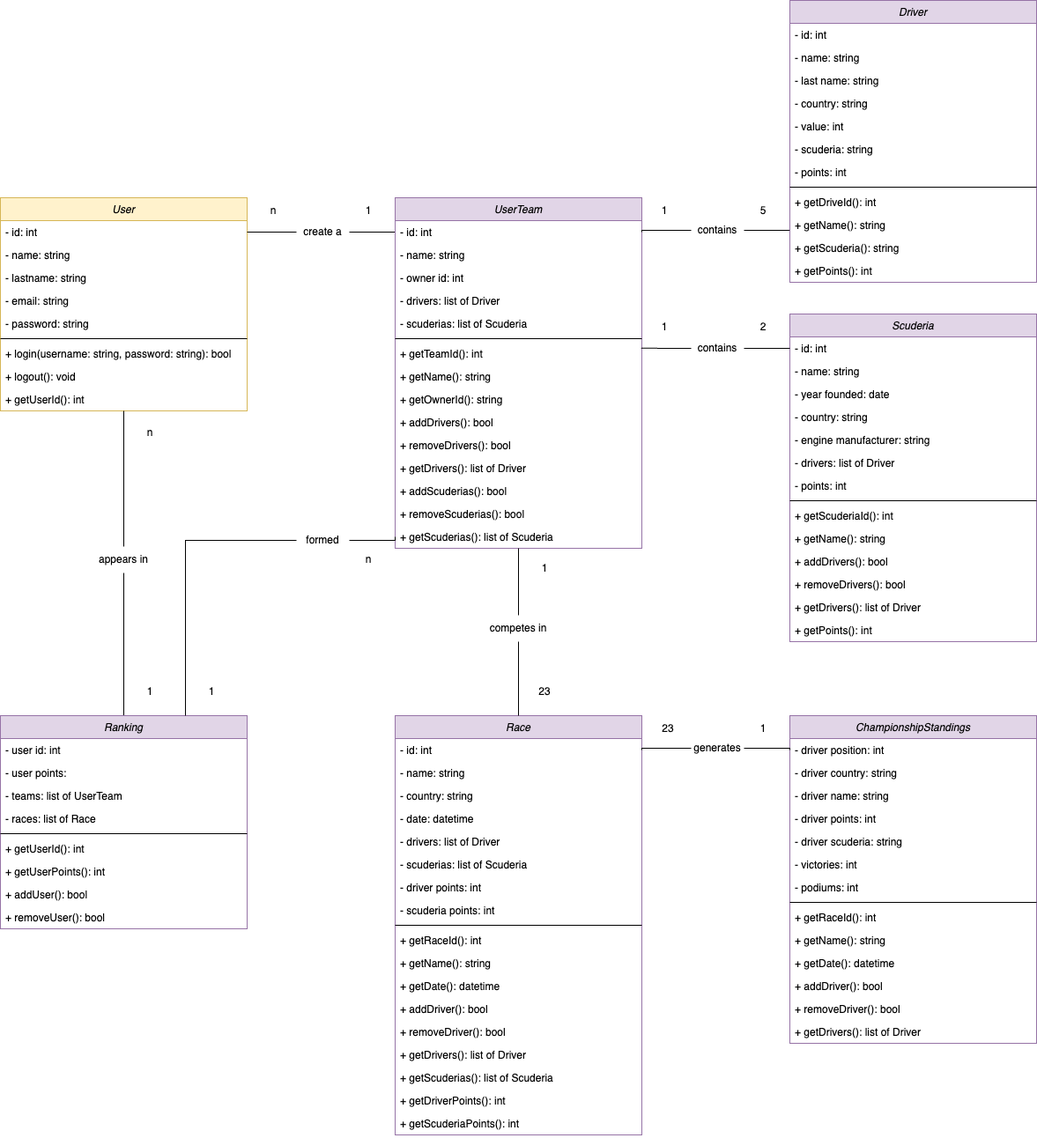
This is doc/diagramas/img/Diagrama_Clases_FFantasy.drawio.png from adrianhrb/proyecto_ETS, a draw.io export, as it was before one commit. Source tidied: cells renumbered, new cells last; positions are measured from the earlier drawing's top-left corner, leaving out a move shared by most shapes.
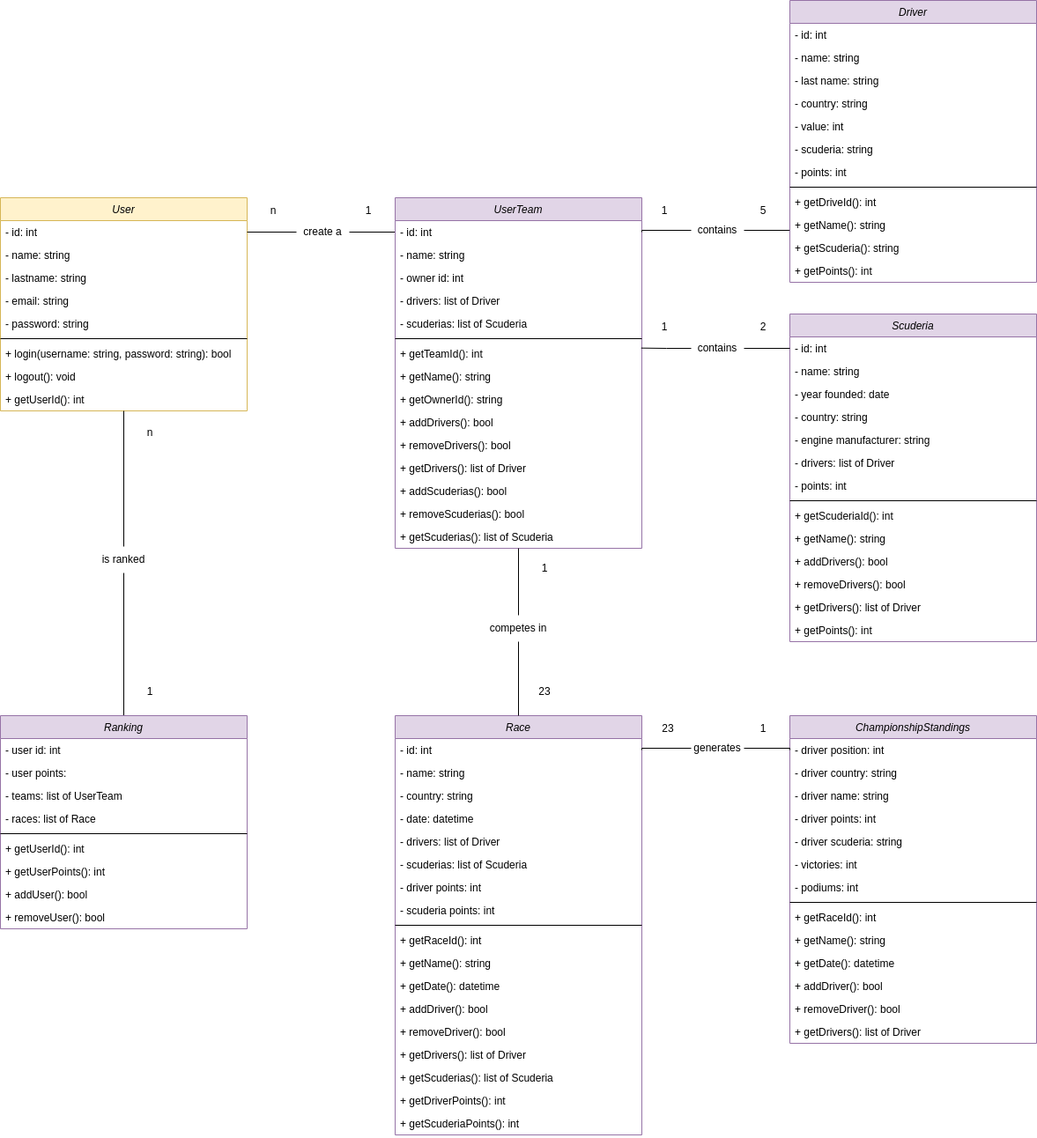
Above is the later version.

The edit, as a diff of the source:
```diff
@@ -230,13 +230,6 @@
     <mxCell id="77" value="+ getScuderias(): list of Scuderia" style="text;align=left;verticalAlign=top;spacingLeft=4;spacingRight=4;overflow=hidden;points=[[0,0.5],[1,0.5]];portConstraint=eastwest;rounded=0;shadow=0;html=0;" parent="62" vertex="1">
       <mxGeometry y="372" width="280" height="26" as="geometry" />
     </mxCell>
-    <mxCell id="78" style="edgeStyle=orthogonalEdgeStyle;rounded=0;jettySize=auto;html=1;exitX=1;exitY=0.5;exitDx=0;exitDy=0;entryX=0;entryY=0.5;entryDx=0;entryDy=0;endArrow=none;endFill=0;" parent="1" edge="1" source="132" target="77">
-      <mxGeometry relative="1" as="geometry">
-        <Array as="points">
-          <mxPoint x="448" y="613" />
-        </Array>
-      </mxGeometry>
-    </mxCell>
     <mxCell id="79" value="Ranking" style="swimlane;fontStyle=2;align=center;verticalAlign=top;horizontal=1;startSize=26;rounded=0;shadow=0;strokeWidth=1;fillColor=#e1d5e7;strokeColor=#9673a6;" parent="1" vertex="1">
       <mxGeometry y="812" width="280" height="242" as="geometry" />
     </mxCell>
@@ -373,7 +366,7 @@
     <mxCell id="122" style="edgeStyle=orthogonalEdgeStyle;rounded=0;jettySize=auto;html=1;entryX=0.5;entryY=0;entryDx=0;entryDy=0;endArrow=none;endFill=0;" parent="1" edge="1" source="36" target="123">
       <mxGeometry relative="1" as="geometry" />
     </mxCell>
-    <mxCell id="123" value="appears in" style="text;html=1;strokeColor=none;fillColor=none;align=center;verticalAlign=middle;whiteSpace=wrap;rounded=0;" parent="1" vertex="1">
+    <mxCell id="123" value="is ranked" style="text;html=1;strokeColor=none;fillColor=none;align=center;verticalAlign=middle;whiteSpace=wrap;rounded=0;" parent="1" vertex="1">
       <mxGeometry x="110" y="620" width="60" height="30" as="geometry" />
     </mxCell>
     <mxCell id="124" value="n" style="text;html=1;strokeColor=none;fillColor=none;align=center;verticalAlign=middle;whiteSpace=wrap;rounded=0;" parent="1" vertex="1">
@@ -405,17 +398,5 @@
     <mxCell id="130" value="1" style="text;html=1;strokeColor=none;fillColor=none;align=center;verticalAlign=middle;whiteSpace=wrap;rounded=0;" parent="1" vertex="1">
       <mxGeometry x="836" y="812" width="60" height="30" as="geometry" />
     </mxCell>
-    <mxCell id="131" style="edgeStyle=orthogonalEdgeStyle;rounded=0;jettySize=auto;html=1;exitX=0.75;exitY=0;exitDx=0;exitDy=0;entryX=0;entryY=0.5;entryDx=0;entryDy=0;endArrow=none;endFill=0;" parent="1" edge="1" source="79" target="132">
-      <mxGeometry relative="1" as="geometry" />
-    </mxCell>
-    <mxCell id="132" value="formed" style="text;html=1;strokeColor=none;fillColor=none;align=center;verticalAlign=middle;whiteSpace=wrap;rounded=0;" parent="1" vertex="1">
-      <mxGeometry x="336" y="598" width="60" height="30" as="geometry" />
-    </mxCell>
-    <mxCell id="133" value="1" style="text;html=1;strokeColor=none;fillColor=none;align=center;verticalAlign=middle;whiteSpace=wrap;rounded=0;" parent="1" vertex="1">
-      <mxGeometry x="210" y="770" width="60" height="30" as="geometry" />
-    </mxCell>
-    <mxCell id="134" value="n" style="text;html=1;strokeColor=none;fillColor=none;align=center;verticalAlign=middle;whiteSpace=wrap;rounded=0;" parent="1" vertex="1">
-      <mxGeometry x="388" y="620" width="60" height="30" as="geometry" />
-    </mxCell>
   </root>
 </mxGraphModel>
```
